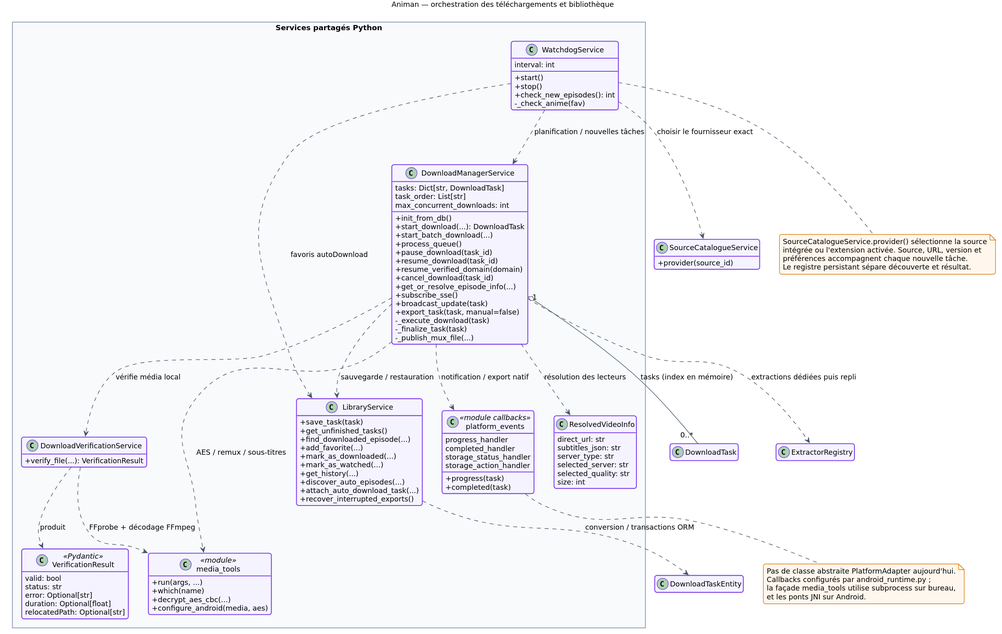
The PlantUML diagram docs/architecture/svg/02-classes-services.svg in loeuf237/animan-python, before a commit.
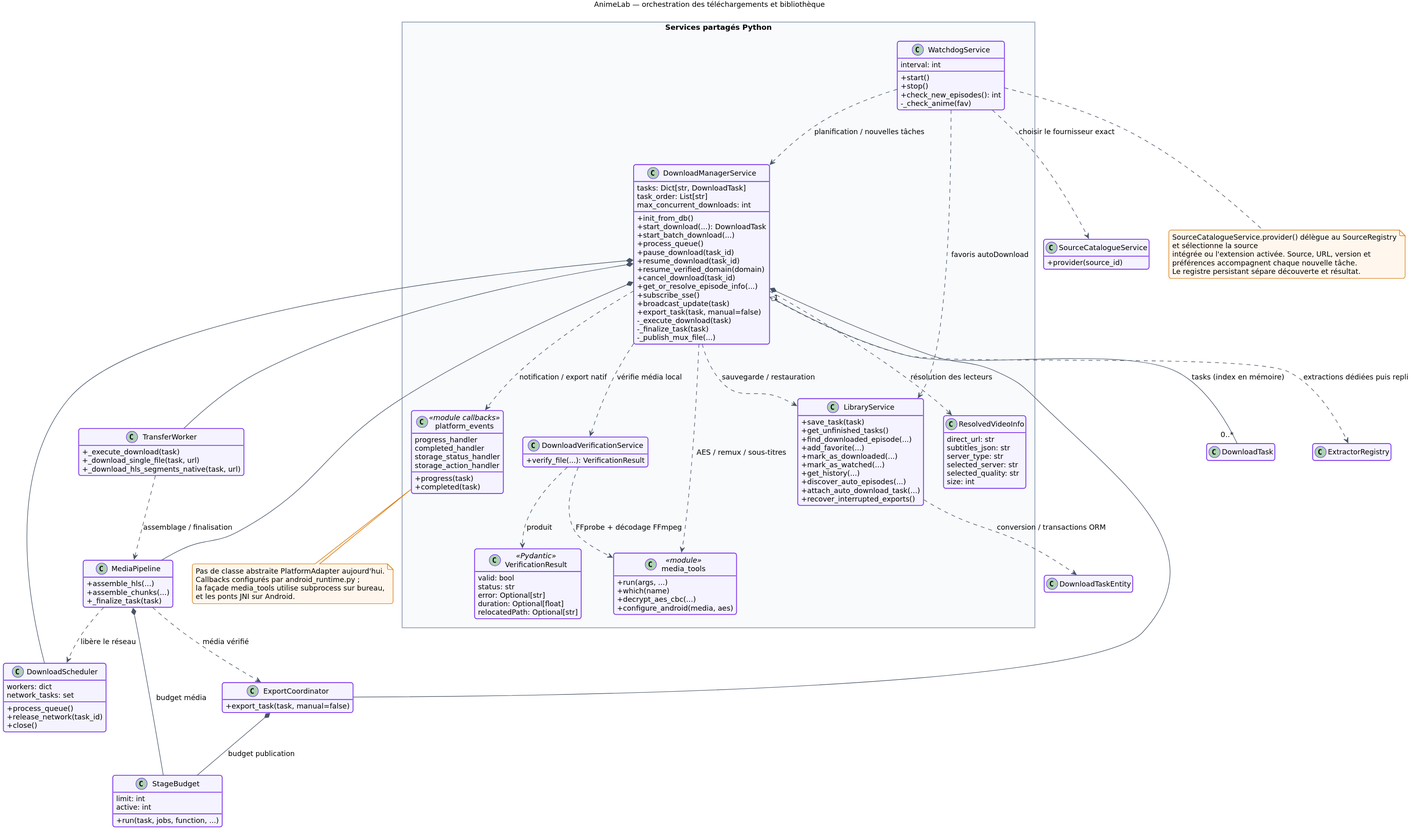
Later version of the same file.

Diff of the diagram source:
```diff
@@ -24,7 +24,7 @@
 skinparam databaseBackgroundColor #F5F3FF
 skinparam databaseBorderColor #7C3AED
 hide empty members
-title Animan — orchestration des téléchargements et bibliothèque
+title AnimeLab — orchestration des téléchargements et bibliothèque
 package "Services partagés Python" {
   class DownloadManagerService {
     tasks: Dict[str, DownloadTask]
@@ -98,6 +98,40 @@
     +completed(task)
   }
 }
+class TransferWorker {
+  +_execute_download(task)
+  +_download_single_file(task, url)
+  +_download_hls_segments_native(task, url)
+}
+class MediaPipeline {
+  +assemble_hls(...)
+  +assemble_chunks(...)
+  +_finalize_task(task)
+}
+class ExportCoordinator {
+  +export_task(task, manual=false)
+}
+class DownloadScheduler {
+  workers: dict
+  network_tasks: set
+  +process_queue()
+  +release_network(task_id)
+  +close()
+}
+class StageBudget {
+  limit: int
+  active: int
+  +run(task, jobs, function, ...)
+}
+DownloadManagerService *-- TransferWorker
+DownloadManagerService *-- MediaPipeline
+DownloadManagerService *-- ExportCoordinator
+DownloadManagerService *-- DownloadScheduler
+MediaPipeline *-- StageBudget : budget média
+ExportCoordinator *-- StageBudget : budget publication
+TransferWorker ..> MediaPipeline : assemblage / finalisation
+MediaPipeline ..> ExportCoordinator : média vérifié
+MediaPipeline ..> DownloadScheduler : libère le réseau
 class DownloadTask
 class DownloadTaskEntity
 class ExtractorRegistry
@@ -118,7 +152,8 @@
 WatchdogService ..> SourceCatalogueService : choisir le fournisseur exact
 WatchdogService ..> DownloadManagerService : planification / nouvelles tâches
 note bottom of WatchdogService
-SourceCatalogueService.provider() sélectionne la source
+SourceCatalogueService.provider() délègue au SourceRegistry
+et sélectionne la source
 intégrée ou l'extension activée. Source, URL, version et
 préférences accompagnent chaque nouvelle tâche.
 Le registre persistant sépare découverte et résultat.
```
